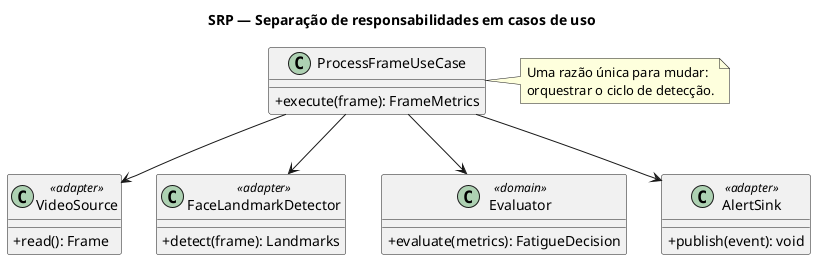
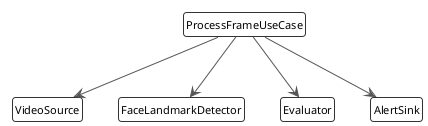
@startuml
- title SRP — Separação de responsabilidades em casos de uso
+ !theme plain
+ skinparam shadowing false
+ skinparam roundCorner 6
+ skinparam defaultFontName "Helvetica"
+ skinparam defaultFontSize 11
+ skinparam ArrowColor #555555
+ skinparam ClassBackgroundColor #FFFFFF
+ skinparam ClassBorderColor #333333
+ hide circle
+ hide empty members

- skinparam classAttributeIconSize 0
- skinparam shadowing false
- skinparam defaultFontName "Helvetica"
- 
- class ProcessFrameUseCase {
-   +execute(frame): FrameMetrics
- }
- class VideoSource <<adapter>> {
-   +read(): Frame
- }
- class FaceLandmarkDetector <<adapter>> {
-   +detect(frame): Landmarks
- }
- class Evaluator <<domain>> {
-   +evaluate(metrics): FatigueDecision
- }
- class AlertSink <<adapter>> {
-   +publish(event): void
- }
+ class ProcessFrameUseCase
+ class VideoSource
+ class FaceLandmarkDetector
+ class Evaluator
+ class AlertSink

ProcessFrameUseCase --> VideoSource
ProcessFrameUseCase --> FaceLandmarkDetector
ProcessFrameUseCase --> Evaluator
ProcessFrameUseCase --> AlertSink
- 
- note right of ProcessFrameUseCase
-   Uma razão única para mudar:
-   orquestrar o ciclo de detecção.
- end note
- 
@enduml
